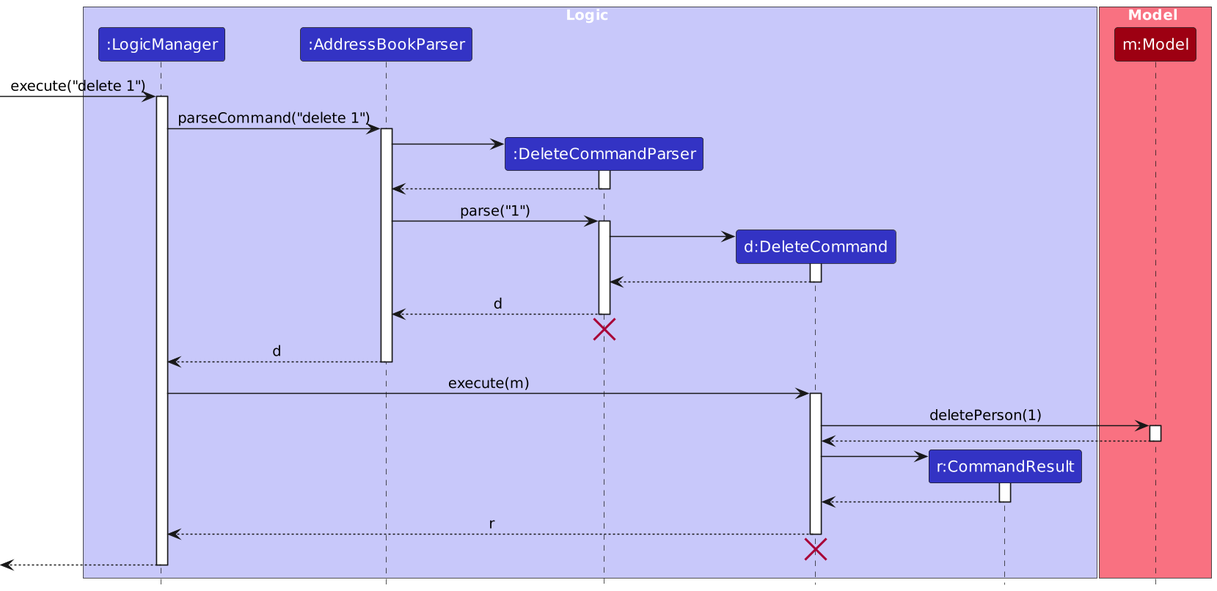
Above: diagrams/DeleteSequenceDiagram.png in bennyLCK/tp (PlantUML), before the change. Its source is kept beside it as diagrams/DeleteSequenceDiagram.puml.
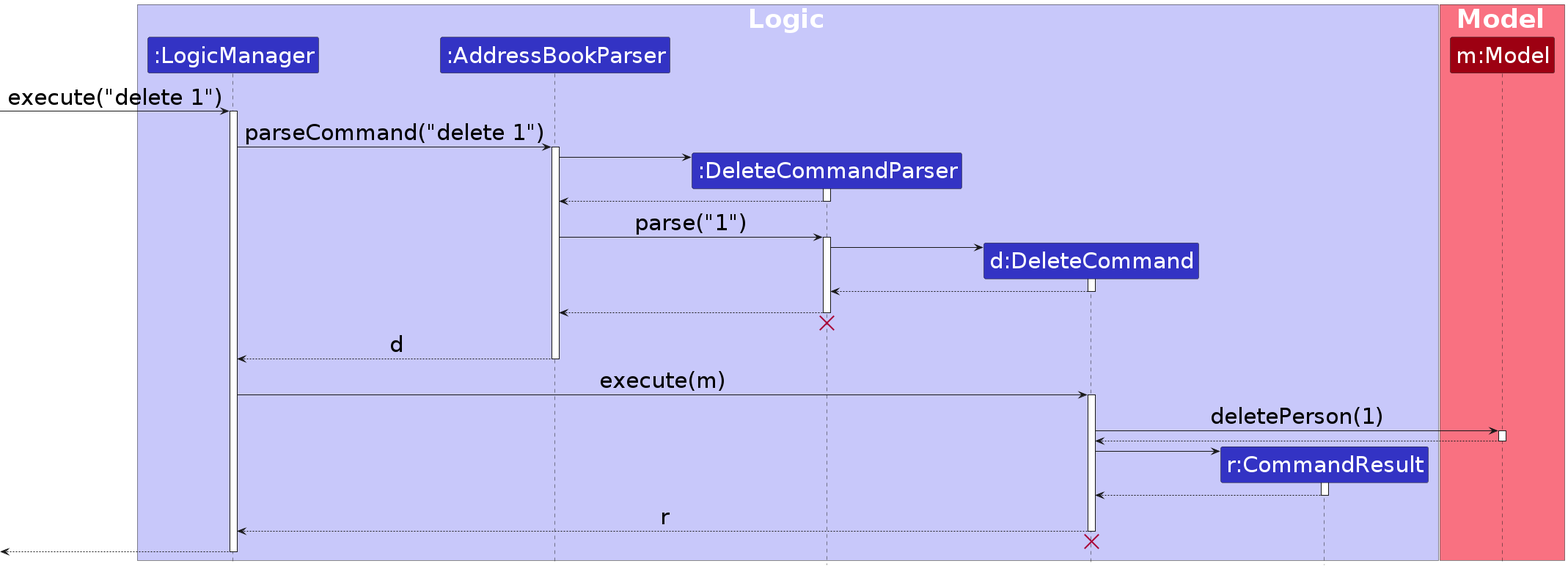
The same file after the commit.

What changed in the source:
```diff
@@ -1,9 +1,9 @@
 @startuml
-!include style.puml
+!include style2.puml
 skinparam ArrowFontStyle plain
-scale 1.5
 
-box Logic LOGIC_COLOR_T1
+
+box <size:35>Logic</size> LOGIC_COLOR_T1
 participant ":LogicManager" as LogicManager LOGIC_COLOR
 participant ":AddressBookParser" as AddressBookParser LOGIC_COLOR
 participant ":DeleteCommandParser" as DeleteCommandParser LOGIC_COLOR
@@ -11,14 +11,14 @@
 participant "r:CommandResult" as CommandResult LOGIC_COLOR
 end box
 
-box Model MODEL_COLOR_T1
+box <size:35>Model</size> MODEL_COLOR_T1
 participant "m:Model" as Model MODEL_COLOR
 end box
 
-[-> LogicManager : execute("delete 1")
+[-> LogicManager : <size:30>execute("delete 1")</size>
 activate LogicManager
 
-LogicManager -> AddressBookParser : parseCommand("delete 1")
+LogicManager -> AddressBookParser : <size:30>parseCommand("delete 1")</size>
 activate AddressBookParser
 
 create DeleteCommandParser
@@ -28,7 +28,7 @@
 DeleteCommandParser --> AddressBookParser
 deactivate DeleteCommandParser
 
-AddressBookParser -> DeleteCommandParser : parse("1")
+AddressBookParser -> DeleteCommandParser : <size:30>parse("1")</size>
 activate DeleteCommandParser
 
 create DeleteCommand
@@ -38,18 +38,18 @@
 DeleteCommand --> DeleteCommandParser
 deactivate DeleteCommand
 
-DeleteCommandParser --> AddressBookParser : d
+DeleteCommandParser --> AddressBookParser : <size:30></size>
 deactivate DeleteCommandParser
 DeleteCommandParser -[hidden]-> AddressBookParser
 destroy DeleteCommandParser
 
-AddressBookParser --> LogicManager : d
+AddressBookParser --> LogicManager : <size:30>d</size>
 deactivate AddressBookParser
 
-LogicManager -> DeleteCommand : execute(m)
+LogicManager -> DeleteCommand : <size:30>execute(m)</size>
 activate DeleteCommand
 
-DeleteCommand -> Model : deletePerson(1)
+DeleteCommand -> Model : <size:30>deletePerson(1)</size>
 activate Model
 
 Model --> DeleteCommand
@@ -62,7 +62,7 @@
 CommandResult --> DeleteCommand
 deactivate CommandResult
 
-DeleteCommand --> LogicManager : r
+DeleteCommand --> LogicManager : <size:30>r</size>
 deactivate DeleteCommand
 DeleteCommand -[hidden]-> DeleteCommandParser
 destroy DeleteCommand
```
